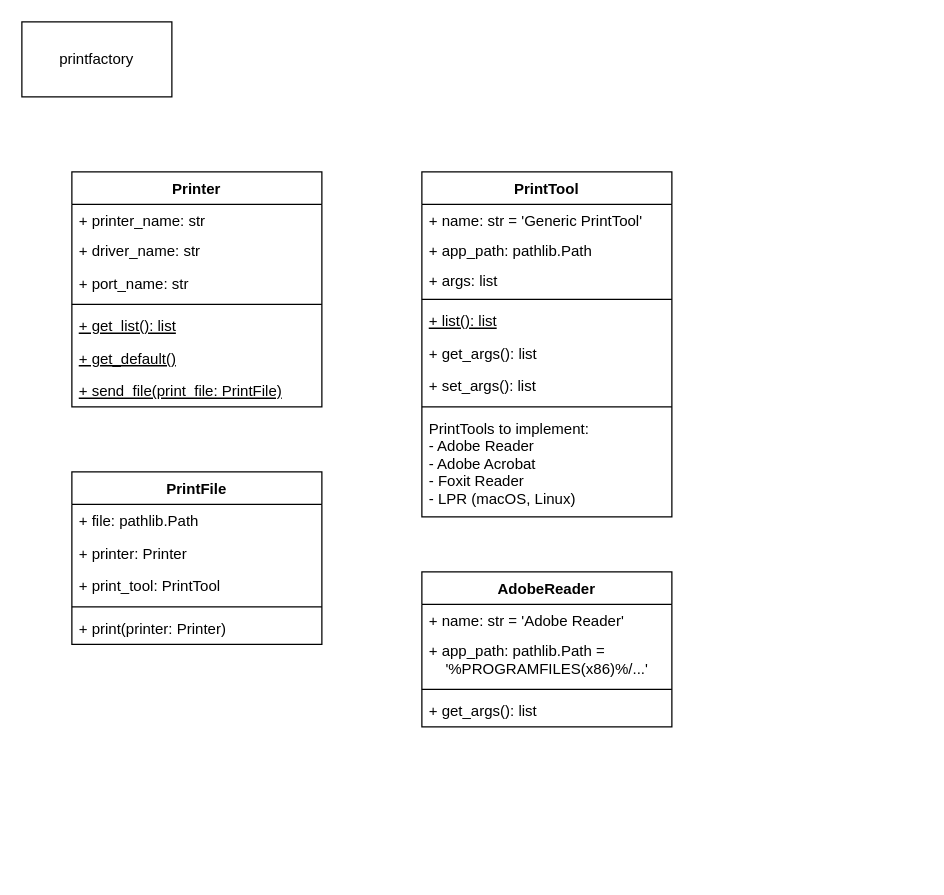
Above: doc/printfactory.drawio in dl6nm/printfactory (draw.io), before the change. Source tidied: cells renumbered, new cells numbered last; positions are measured from the earlier drawing's top-left corner, leaving out a move shared by most shapes. Both pictures are drawn from the tidied source at 125%, with x=0, y=0 at pixel (21, 21).
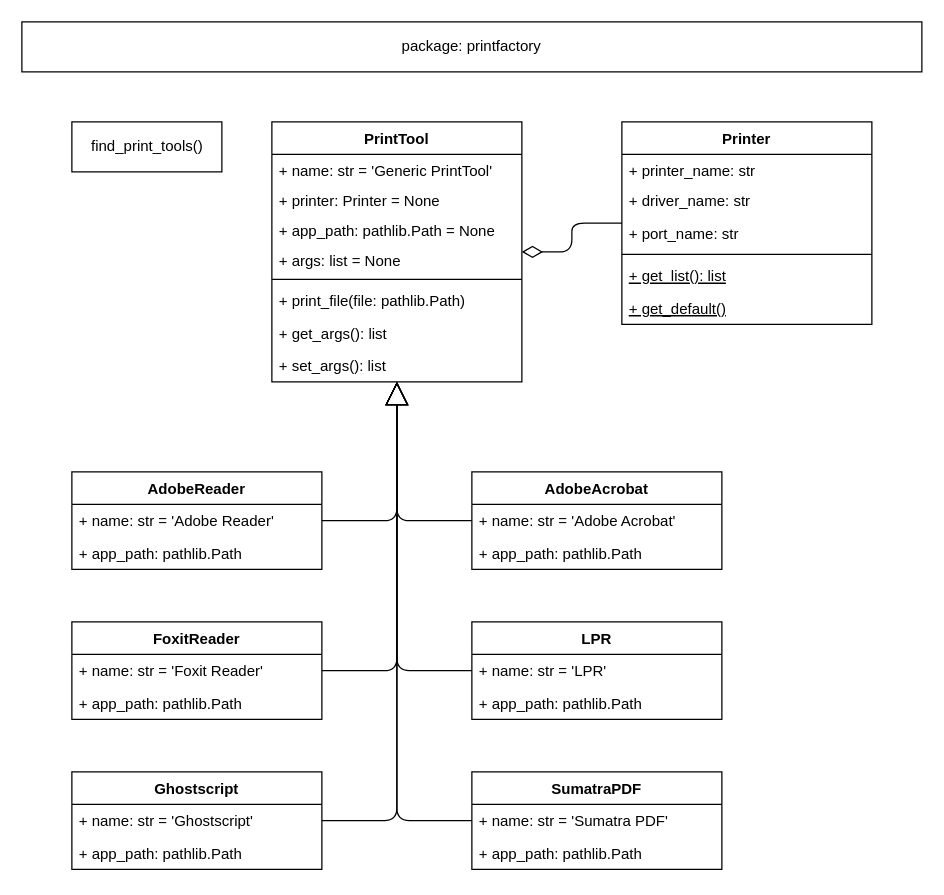
Above is the later version.

Commit message:
docs: update class diagram

Change to the diagram source:
```diff
@@
-    <mxCell id="2" value="printfactory" style="rounded=0;whiteSpace=wrap;html=1;" parent="1" vertex="1">
-      <mxGeometry width="120" height="60" as="geometry" />
+    <mxCell id="2" value="package: printfactory" style="rounded=0;whiteSpace=wrap;html=1;" parent="1" vertex="1">
+      <mxGeometry width="720" height="40" as="geometry" />
     </mxCell>
     <mxCell id="3" value="Printer" style="swimlane;fontStyle=1;align=center;verticalAlign=top;horizontal=1;startSize=26;" parent="1" vertex="1">
-      <mxGeometry x="40" y="120" width="200" height="188" as="geometry" />
+      <mxGeometry x="480" y="80" width="200" height="162" as="geometry" />
     </mxCell>
@@
-    <mxCell id="10" value="+ send_file(print_file: PrintFile)" style="text;strokeColor=none;fillColor=none;align=left;verticalAlign=top;spacingLeft=4;spacingRight=4;overflow=hidden;dashed=1;fontStyle=4;" parent="3" vertex="1">
-      <mxGeometry y="162" width="200" height="26" as="geometry" />
-    </mxCell>
     <mxCell id="11" value="PrintTool" style="swimlane;fontStyle=1;align=center;verticalAlign=top;horizontal=1;startSize=26;swimlaneLine=1;rounded=0;shadow=0;sketch=0;glass=0;swimlaneFillColor=none;" parent="1" vertex="1">
-      <mxGeometry x="320" y="120" width="200" height="276" as="geometry" />
+      <mxGeometry x="200" y="80" width="200" height="208" as="geometry" />
     </mxCell>
@@
+    <mxCell id="32" value="+ printer: Printer = None" style="text;strokeColor=none;fillColor=none;align=left;verticalAlign=top;spacingLeft=4;spacingRight=4;overflow=hidden;" parent="11" vertex="1">
+      <mxGeometry y="50" width="200" height="24" as="geometry" />
+    </mxCell>
-    <mxCell id="13" value="+ app_path: pathlib.Path" style="text;strokeColor=none;fillColor=none;align=left;verticalAlign=top;spacingLeft=4;spacingRight=4;overflow=hidden;" parent="11" vertex="1">
-      <mxGeometry y="50" width="200" height="24" as="geometry" />
+    <mxCell id="13" value="+ app_path: pathlib.Path = None" style="text;strokeColor=none;fillColor=none;align=left;verticalAlign=top;spacingLeft=4;spacingRight=4;overflow=hidden;" parent="11" vertex="1">
+      <mxGeometry y="74" width="200" height="24" as="geometry" />
     </mxCell>
-    <mxCell id="14" value="+ args: list" style="text;strokeColor=none;fillColor=none;align=left;verticalAlign=top;spacingLeft=4;spacingRight=4;overflow=hidden;" parent="11" vertex="1">
-      <mxGeometry y="74" width="200" height="24" as="geometry" />
+    <mxCell id="14" value="+ args: list = None" style="text;strokeColor=none;fillColor=none;align=left;verticalAlign=top;spacingLeft=4;spacingRight=4;overflow=hidden;" parent="11" vertex="1">
+      <mxGeometry y="98" width="200" height="24" as="geometry" />
     </mxCell>
     <mxCell id="15" style="line;strokeWidth=1;fillColor=none;align=left;verticalAlign=middle;spacingTop=-1;spacingLeft=3;spacingRight=3;labelPosition=right;" parent="11" vertex="1">
-      <mxGeometry y="98" width="200" height="8" as="geometry" />
+      <mxGeometry y="122" width="200" height="8" as="geometry" />
     </mxCell>
-    <mxCell id="16" value="+ list(): list" style="text;strokeColor=none;fillColor=none;align=left;verticalAlign=top;spacingLeft=4;spacingRight=4;overflow=hidden;fontStyle=4;" parent="11" vertex="1">
-      <mxGeometry y="106" width="200" height="26" as="geometry" />
-    </mxCell>
+    <mxCell id="33" value="+ print_file(file: pathlib.Path)" style="text;strokeColor=none;fillColor=none;align=left;verticalAlign=top;spacingLeft=4;spacingRight=4;overflow=hidden;" parent="11" vertex="1">
+      <mxGeometry y="130" width="200" height="26" as="geometry" />
+    </mxCell>
     <mxCell id="17" value="+ get_args(): list" style="text;strokeColor=none;fillColor=none;align=left;verticalAlign=top;spacingLeft=4;spacingRight=4;overflow=hidden;" parent="11" vertex="1">
-      <mxGeometry y="132" width="200" height="26" as="geometry" />
+      <mxGeometry y="156" width="200" height="26" as="geometry" />
     </mxCell>
     <mxCell id="18" value="+ set_args(): list" style="text;strokeColor=none;fillColor=none;align=left;verticalAlign=top;spacingLeft=4;spacingRight=4;overflow=hidden;" parent="11" vertex="1">
-      <mxGeometry y="158" width="200" height="26" as="geometry" />
+      <mxGeometry y="182" width="200" height="26" as="geometry" />
     </mxCell>
-    <mxCell id="19" style="line;strokeWidth=1;fillColor=none;align=left;verticalAlign=middle;spacingTop=-1;spacingLeft=3;spacingRight=3;labelPosition=right;rounded=0;shadow=0;glass=0;sketch=0;html=0;" parent="11" vertex="1">
-      <mxGeometry y="184" width="200" height="8" as="geometry" />
-    </mxCell>
-    <mxCell id="20" value="PrintTools to implement:&#10;- Adobe Reader&#10;- Adobe Acrobat&#10;- Foxit Reader&#10;- LPR (macOS, Linux)" style="text;strokeColor=none;fillColor=none;align=left;verticalAlign=top;spacingLeft=4;spacingRight=4;overflow=hidden;rounded=0;shadow=0;glass=0;sketch=0;html=0;" parent="11" vertex="1">
-      <mxGeometry y="192" width="200" height="84" as="geometry" />
-    </mxCell>
-    <mxCell id="21" value="PrintFile" style="swimlane;fontStyle=1;align=center;verticalAlign=top;horizontal=1;startSize=26;" parent="1" vertex="1">
-      <mxGeometry x="40" y="360" width="200" height="138" as="geometry" />
-    </mxCell>
-    <mxCell id="22" value="+ file: pathlib.Path" style="text;strokeColor=none;fillColor=none;align=left;verticalAlign=top;spacingLeft=4;spacingRight=4;overflow=hidden;dashed=1;" parent="21" vertex="1">
-      <mxGeometry y="26" width="200" height="26" as="geometry" />
-    </mxCell>
-    <mxCell id="23" value="+ printer: Printer" style="text;strokeColor=none;fillColor=none;align=left;verticalAlign=top;spacingLeft=4;spacingRight=4;overflow=hidden;dashed=1;" parent="21" vertex="1">
-      <mxGeometry y="52" width="200" height="26" as="geometry" />
-    </mxCell>
-    <mxCell id="24" value="+ print_tool: PrintTool" style="text;strokeColor=none;fillColor=none;align=left;verticalAlign=top;spacingLeft=4;spacingRight=4;overflow=hidden;dashed=1;" parent="21" vertex="1">
-      <mxGeometry y="78" width="200" height="26" as="geometry" />
-    </mxCell>
-    <mxCell id="25" style="line;strokeWidth=1;fillColor=none;align=left;verticalAlign=middle;spacingTop=-1;spacingLeft=3;spacingRight=3;labelPosition=right;" parent="21" vertex="1">
-      <mxGeometry y="104" width="200" height="8" as="geometry" />
-    </mxCell>
-    <mxCell id="26" value="+ print(printer: Printer)" style="text;strokeColor=none;fillColor=none;align=left;verticalAlign=top;spacingLeft=4;spacingRight=4;overflow=hidden;" parent="21" vertex="1">
-      <mxGeometry y="112" width="200" height="26" as="geometry" />
-    </mxCell>
     <mxCell id="27" value="AdobeReader" style="swimlane;fontStyle=1;align=center;verticalAlign=top;horizontal=1;startSize=26;swimlaneLine=1;rounded=0;shadow=0;sketch=0;glass=0;swimlaneFillColor=none;" parent="1" vertex="1">
-      <mxGeometry x="320" y="440" width="200" height="124" as="geometry" />
+      <mxGeometry x="40" y="360" width="200" height="78" as="geometry" />
     </mxCell>
     <mxCell id="28" value="+ name: str = 'Adobe Reader'" style="text;strokeColor=none;fillColor=none;align=left;verticalAlign=top;spacingLeft=4;spacingRight=4;overflow=hidden;points=[[0,0.5],[1,0.5]];portConstraint=eastwest;" parent="27" vertex="1">
-      <mxGeometry y="26" width="200" height="24" as="geometry" />
+      <mxGeometry y="26" width="200" height="26" as="geometry" />
     </mxCell>
-    <mxCell id="29" value="+ app_path: pathlib.Path = &#10;    '%PROGRAMFILES(x86)%/...'" style="text;strokeColor=none;fillColor=none;align=left;verticalAlign=top;spacingLeft=4;spacingRight=4;overflow=hidden;" parent="27" vertex="1">
-      <mxGeometry y="50" width="200" height="40" as="geometry" />
+    <mxCell id="29" value="+ app_path: pathlib.Path" style="text;strokeColor=none;fillColor=none;align=left;verticalAlign=top;spacingLeft=4;spacingRight=4;overflow=hidden;" parent="27" vertex="1">
+      <mxGeometry y="52" width="200" height="26" as="geometry" />
     </mxCell>
-    <mxCell id="30" style="line;strokeWidth=1;fillColor=none;align=left;verticalAlign=middle;spacingTop=-1;spacingLeft=3;spacingRight=3;labelPosition=right;" parent="27" vertex="1">
-      <mxGeometry y="90" width="200" height="8" as="geometry" />
-    </mxCell>
-    <mxCell id="31" value="+ get_args(): list" style="text;strokeColor=none;fillColor=none;align=left;verticalAlign=top;spacingLeft=4;spacingRight=4;overflow=hidden;" parent="27" vertex="1">
-      <mxGeometry y="98" width="200" height="26" as="geometry" />
-    </mxCell>
+    <mxCell id="34" style="endArrow=block;endSize=16;endFill=0;html=1;edgeStyle=orthogonalEdgeStyle;entryX=0.5;entryY=1;entryDx=0;entryDy=0;" parent="1" edge="1" source="28" target="11">
+      <mxGeometry x="-0.19" y="25" relative="1" as="geometry" />
+    </mxCell>
+    <mxCell id="35" value="AdobeAcrobat" style="swimlane;fontStyle=1;align=center;verticalAlign=top;horizontal=1;startSize=26;swimlaneLine=1;rounded=0;shadow=0;sketch=0;glass=0;swimlaneFillColor=none;" parent="1" vertex="1">
+      <mxGeometry x="360" y="360" width="200" height="78" as="geometry" />
+    </mxCell>
+    <mxCell id="36" value="+ name: str = 'Adobe Acrobat'" style="text;strokeColor=none;fillColor=none;align=left;verticalAlign=top;spacingLeft=4;spacingRight=4;overflow=hidden;points=[[0,0.5],[1,0.5]];portConstraint=eastwest;" parent="35" vertex="1">
+      <mxGeometry y="26" width="200" height="26" as="geometry" />
+    </mxCell>
+    <mxCell id="37" value="+ app_path: pathlib.Path" style="text;strokeColor=none;fillColor=none;align=left;verticalAlign=top;spacingLeft=4;spacingRight=4;overflow=hidden;" parent="35" vertex="1">
+      <mxGeometry y="52" width="200" height="26" as="geometry" />
+    </mxCell>
+    <mxCell id="38" value="FoxitReader" style="swimlane;fontStyle=1;align=center;verticalAlign=top;horizontal=1;startSize=26;swimlaneLine=1;rounded=0;shadow=0;sketch=0;glass=0;swimlaneFillColor=none;" parent="1" vertex="1">
+      <mxGeometry x="40" y="480" width="200" height="78" as="geometry" />
+    </mxCell>
+    <mxCell id="39" value="+ name: str = 'Foxit Reader'" style="text;strokeColor=none;fillColor=none;align=left;verticalAlign=top;spacingLeft=4;spacingRight=4;overflow=hidden;points=[[0,0.5],[1,0.5]];portConstraint=eastwest;" parent="38" vertex="1">
+      <mxGeometry y="26" width="200" height="26" as="geometry" />
+    </mxCell>
+    <mxCell id="40" value="+ app_path: pathlib.Path" style="text;strokeColor=none;fillColor=none;align=left;verticalAlign=top;spacingLeft=4;spacingRight=4;overflow=hidden;" parent="38" vertex="1">
+      <mxGeometry y="52" width="200" height="26" as="geometry" />
+    </mxCell>
+    <mxCell id="41" value="LPR" style="swimlane;fontStyle=1;align=center;verticalAlign=top;horizontal=1;startSize=26;" parent="1" vertex="1">
+      <mxGeometry x="360" y="479.9" width="200" height="78" as="geometry" />
+    </mxCell>
+    <mxCell id="42" value="+ name: str = 'LPR'" style="text;strokeColor=none;fillColor=none;align=left;verticalAlign=top;spacingLeft=4;spacingRight=4;overflow=hidden;points=[[0,0.5],[1,0.5]];portConstraint=eastwest;dashed=1;" parent="41" vertex="1">
+      <mxGeometry y="26" width="200" height="26" as="geometry" />
+    </mxCell>
+    <mxCell id="43" value="+ app_path: pathlib.Path" style="text;strokeColor=none;fillColor=none;align=left;verticalAlign=top;spacingLeft=4;spacingRight=4;overflow=hidden;dashed=1;" parent="41" vertex="1">
+      <mxGeometry y="52" width="200" height="26" as="geometry" />
+    </mxCell>
+    <mxCell id="44" style="endArrow=none;html=1;endSize=12;startArrow=diamondThin;startSize=14;startFill=0;edgeStyle=orthogonalEdgeStyle;align=left;verticalAlign=bottom;endFill=0;" parent="1" edge="1" source="11" target="3">
+      <mxGeometry x="0.51" y="32" relative="1" as="geometry">
+        <mxPoint x="-30" y="21" as="offset" />
+      </mxGeometry>
+    </mxCell>
+    <mxCell id="45" value="SumatraPDF" style="swimlane;fontStyle=1;align=center;verticalAlign=top;horizontal=1;startSize=26;" parent="1" vertex="1">
+      <mxGeometry x="360" y="599.9" width="200" height="78" as="geometry" />
+    </mxCell>
+    <mxCell id="46" value="+ name: str = 'Sumatra PDF'" style="text;strokeColor=none;fillColor=none;align=left;verticalAlign=top;spacingLeft=4;spacingRight=4;overflow=hidden;points=[[0,0.5],[1,0.5]];portConstraint=eastwest;dashed=1;" parent="45" vertex="1">
+      <mxGeometry y="26" width="200" height="26" as="geometry" />
+    </mxCell>
+    <mxCell id="47" value="+ app_path: pathlib.Path" style="text;strokeColor=none;fillColor=none;align=left;verticalAlign=top;spacingLeft=4;spacingRight=4;overflow=hidden;dashed=1;" parent="45" vertex="1">
+      <mxGeometry y="52" width="200" height="26" as="geometry" />
+    </mxCell>
+    <mxCell id="48" value="Ghostscript" style="swimlane;fontStyle=1;align=center;verticalAlign=top;horizontal=1;startSize=26;" parent="1" vertex="1">
+      <mxGeometry x="40" y="599.9" width="200" height="78" as="geometry" />
+    </mxCell>
+    <mxCell id="49" value="+ name: str = 'Ghostscript'" style="text;strokeColor=none;fillColor=none;align=left;verticalAlign=top;spacingLeft=4;spacingRight=4;overflow=hidden;points=[[0,0.5],[1,0.5]];portConstraint=eastwest;dashed=1;" parent="48" vertex="1">
+      <mxGeometry y="26" width="200" height="26" as="geometry" />
+    </mxCell>
+    <mxCell id="50" value="+ app_path: pathlib.Path" style="text;strokeColor=none;fillColor=none;align=left;verticalAlign=top;spacingLeft=4;spacingRight=4;overflow=hidden;dashed=1;" parent="48" vertex="1">
+      <mxGeometry y="52" width="200" height="26" as="geometry" />
+    </mxCell>
+    <mxCell id="51" style="endArrow=block;endSize=16;endFill=0;html=1;edgeStyle=orthogonalEdgeStyle;elbow=vertical;exitX=0;exitY=0.5;exitDx=0;exitDy=0;" parent="1" edge="1" source="36" target="11">
+      <mxGeometry y="30" relative="1" as="geometry" />
+    </mxCell>
+    <mxCell id="52" style="endArrow=block;endSize=16;endFill=0;html=1;edgeStyle=orthogonalEdgeStyle;exitX=1;exitY=0.5;exitDx=0;exitDy=0;" parent="1" edge="1" source="39" target="11">
+      <mxGeometry x="-0.12" y="30" relative="1" as="geometry" />
+    </mxCell>
+    <mxCell id="53" style="endArrow=block;endSize=16;endFill=0;html=1;edgeStyle=orthogonalEdgeStyle;exitX=0;exitY=0.5;exitDx=0;exitDy=0;" parent="1" edge="1" source="42" target="11">
+      <mxGeometry x="-0.09" y="-50" relative="1" as="geometry" />
+    </mxCell>
+    <mxCell id="54" style="endArrow=block;endSize=16;endFill=0;html=1;edgeStyle=orthogonalEdgeStyle;exitX=1;exitY=0.5;exitDx=0;exitDy=0;" parent="1" edge="1" source="49" target="11">
+      <mxGeometry x="0.28" y="-20" relative="1" as="geometry" />
+    </mxCell>
+    <mxCell id="55" style="endArrow=block;endSize=16;endFill=0;html=1;edgeStyle=orthogonalEdgeStyle;exitX=0;exitY=0.5;exitDx=0;exitDy=0;" parent="1" edge="1" source="46" target="11">
+      <mxGeometry x="0.03" y="20" relative="1" as="geometry" />
+    </mxCell>
+    <mxCell id="56" value="find_print_tools()" style="html=1;" parent="1" vertex="1">
+      <mxGeometry x="40" y="80" width="120" height="40" as="geometry" />
+    </mxCell>
```
